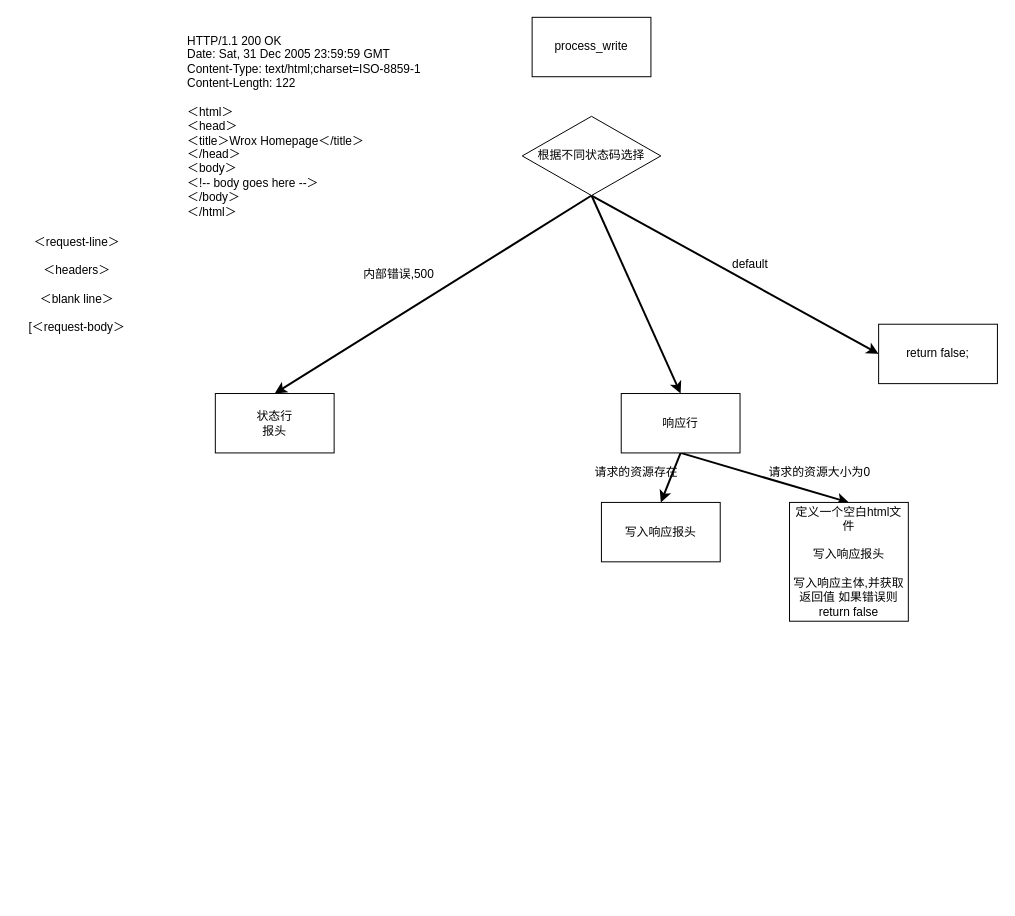
Canwaiting/WebServer keeps this draw.io diagram as note/process_write.drawio. Above is the earlier version. Source tidied: cells renumbered, new cells numbered last; positions are measured from the earlier drawing's top-left corner, leaving out a move shared by most shapes. Both pictures are drawn from the tidied source at 99%, with x=0, y=0 at pixel (17, 17).
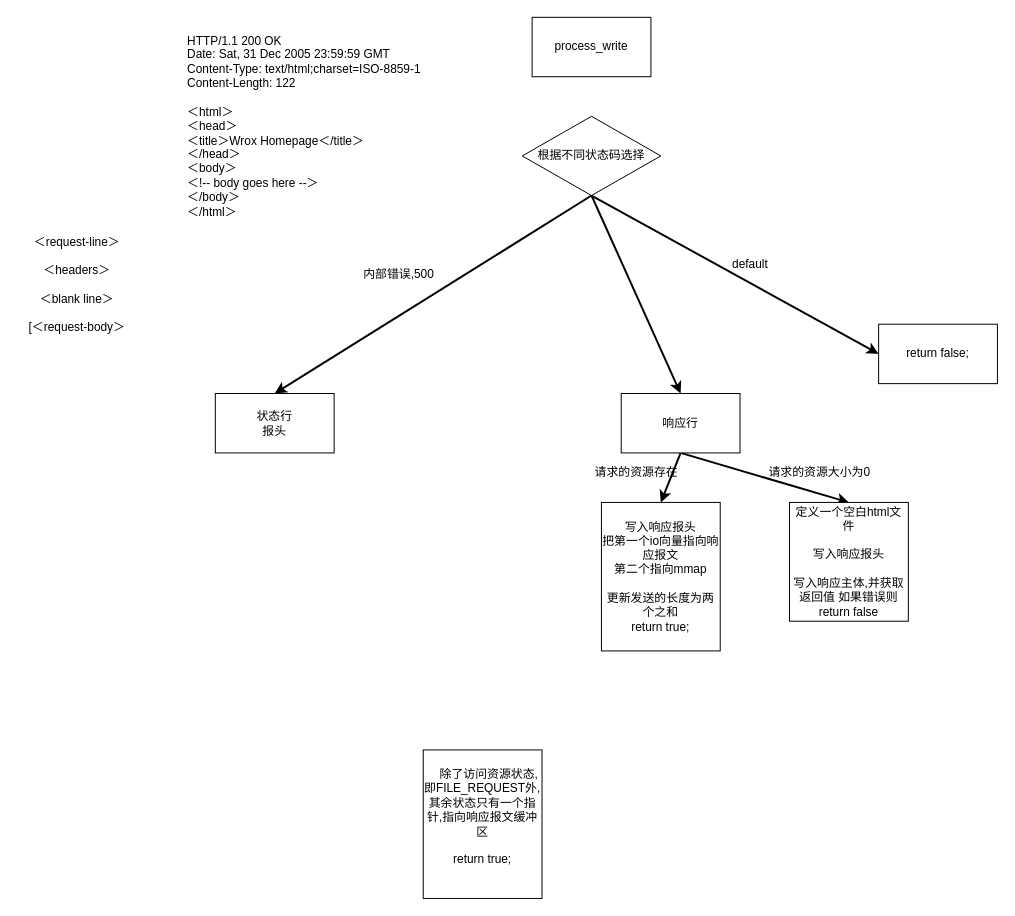
The same page after the edit.

Diff of the diagram source:
```diff
@@
-    <mxCell id="16" value="写入响应报头" style="whiteSpace=wrap;html=1;" parent="1" vertex="1">
-      <mxGeometry x="590" y="490" width="120" height="60" as="geometry" />
+    <mxCell id="16" value="写入响应报头&lt;br&gt;把第一个io向量指向响应报文&lt;br&gt;第二个指向mmap&lt;br&gt;&lt;br&gt;更新发送的长度为两个之和&lt;br&gt;return true;" style="whiteSpace=wrap;html=1;" parent="1" vertex="1">
+      <mxGeometry x="590" y="490" width="120" height="150" as="geometry" />
     </mxCell>
@@
+    <mxCell id="22" value="&lt;div&gt;&amp;nbsp; &amp;nbsp; 除了访问资源状态,即FILE_REQUEST外,其余状态只有一个指针,指向响应报文缓冲区&lt;/div&gt;&lt;div&gt;&lt;br&gt;&lt;/div&gt;&lt;div&gt;return true;&lt;/div&gt;&lt;div&gt;&lt;br&gt;&lt;/div&gt;" style="whiteSpace=wrap;html=1;" parent="1" vertex="1">
+      <mxGeometry x="410" y="740" width="120" height="150" as="geometry" />
+    </mxCell>
```
